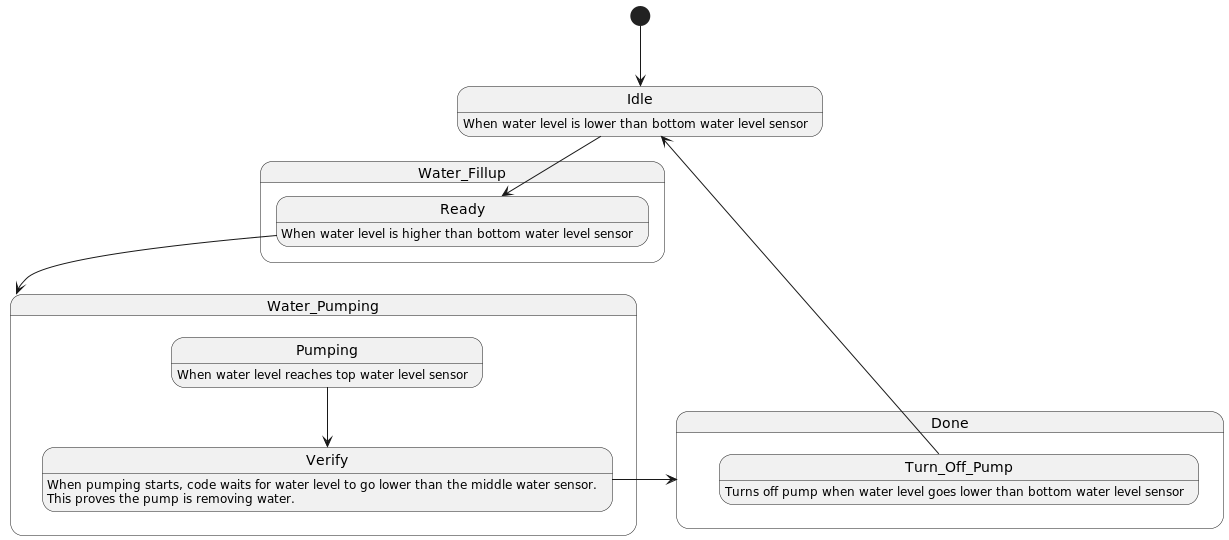
silaswilson87/crusher keeps this PlantUML diagram as documentation/pump-state-diagram.png. Above is the earlier version.
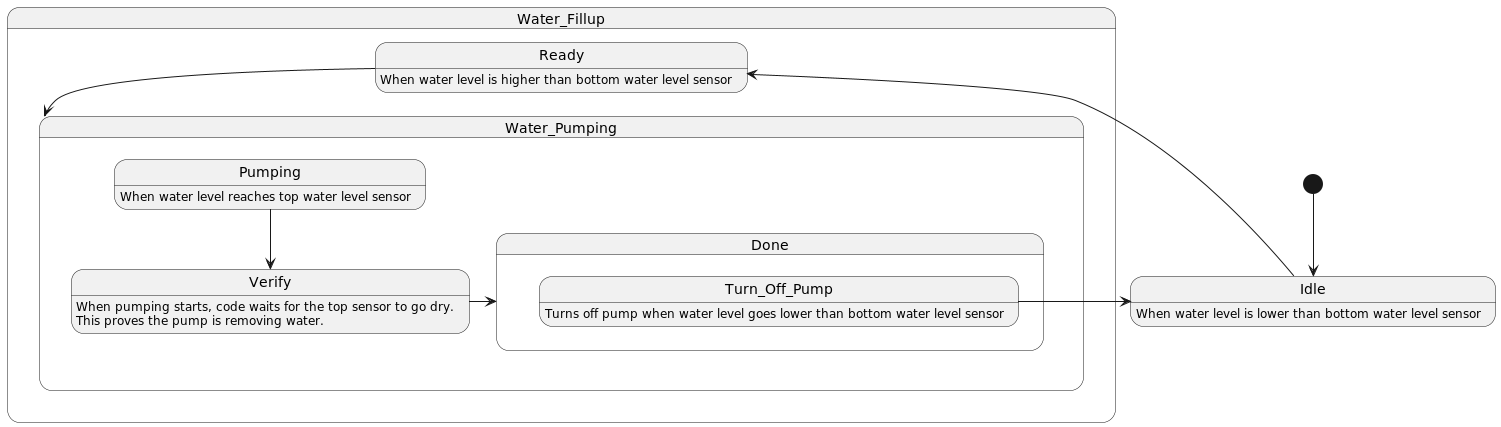
Later version of the same file.

Change to the diagram source:
```diff
@@ -1,6 +1,8 @@
 @startuml
 
 [*] -Down-> Idle
+
+
 
 state Water_Fillup {
 Idle -Down-> Ready
@@ -16,7 +18,7 @@
 Pumping : When water level reaches top water level sensor
 
 Verify -> Done
-Verify : When pumping starts, code waits for water level to go lower than the middle water sensor.\nThis proves the pump is removing water.
+Verify : When pumping starts, code waits for the top sensor to go dry.\nThis proves the pump is removing water.
 }
  state Done {
 Turn_Off_Pump -> Idle
```
